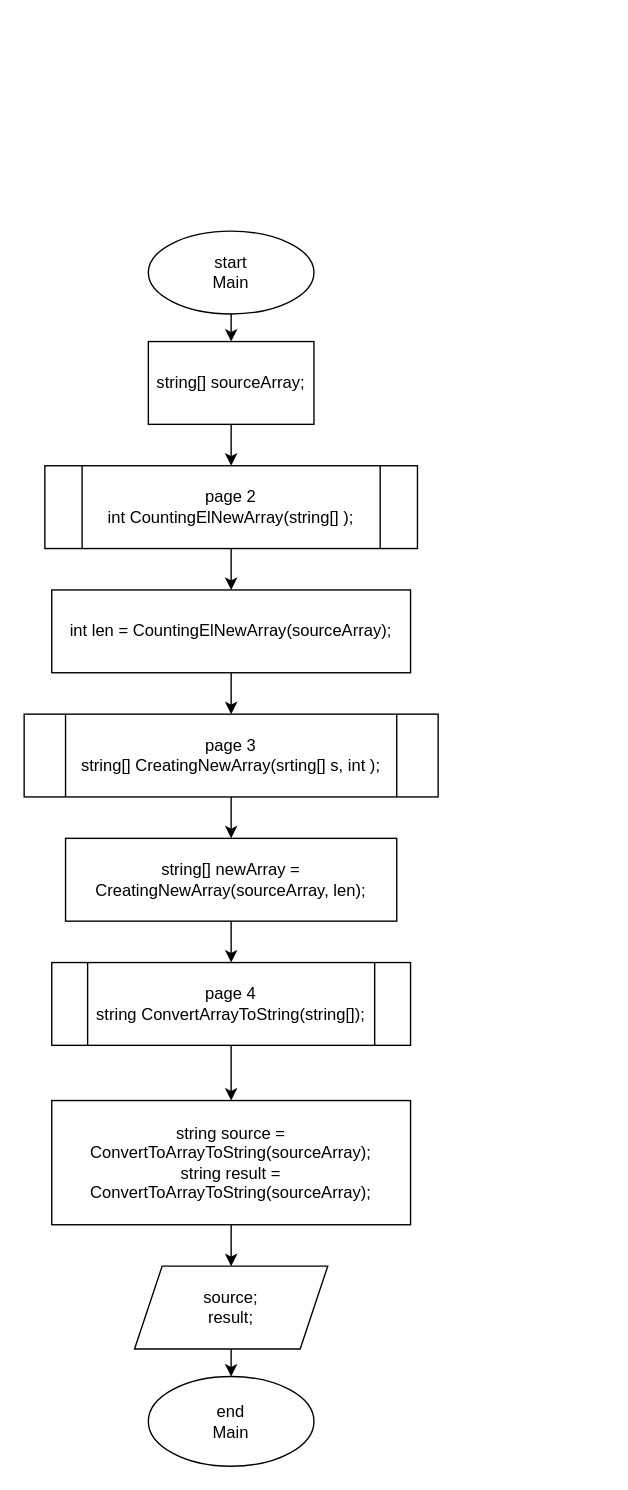
Earlier version of the draw.io diagram page "Страница 1" (1 of 4) of finalVerificationWork/finalVerificationWork.dio (AleksandrKrivoruchko/homework). Source tidied: cells renumbered, new cells numbered last; positions are measured from the earlier drawing's top-left corner, leaving out a move shared by most shapes. Both pictures are drawn from the tidied source at 138%, with x=0, y=0 at pixel (23, 230).
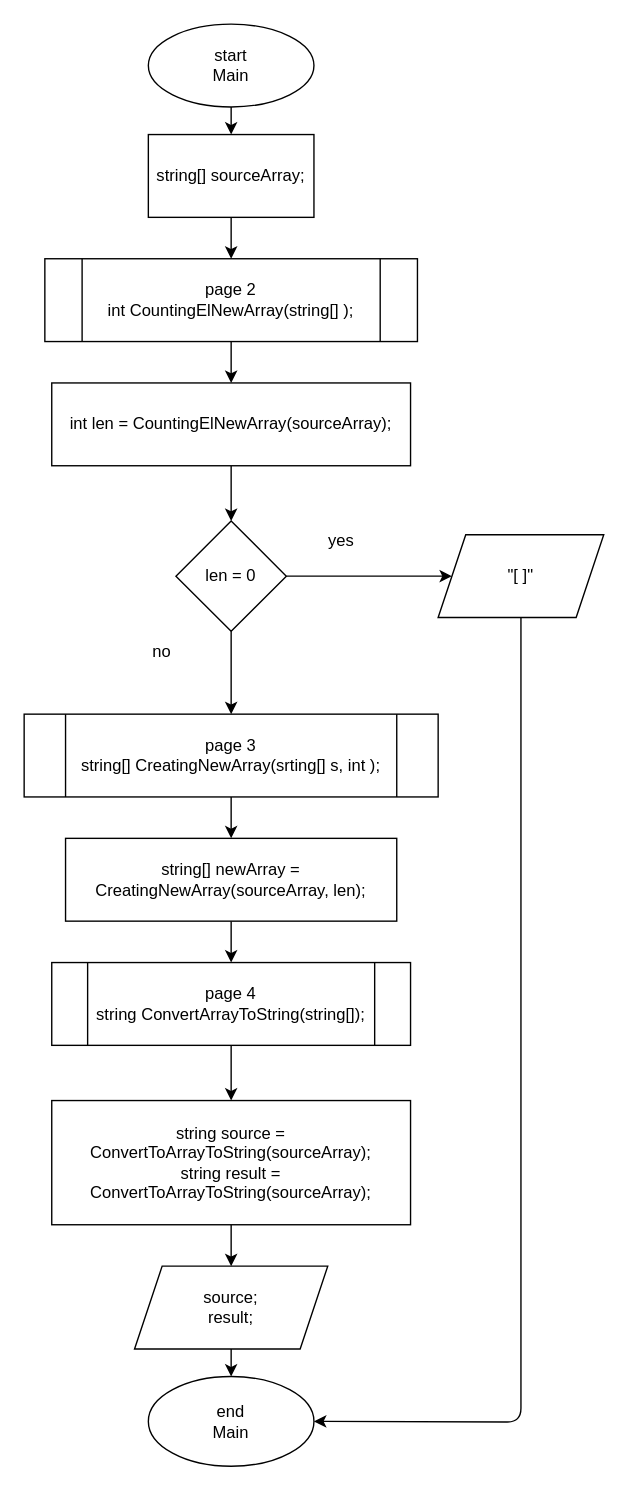
The same diagram, later.

Commit message (it also covers changes not shown here):
Revision of the output program

The change refers to these unchanged cells:
```xml
<mxCell id="9" value="page 3&lt;br&gt;string[] CreatingNewArray(srting[] s, int );" style="shape=process;whiteSpace=wrap;html=1;backgroundOutline=1;" parent="1" vertex="1">
  <mxGeometry y="350" width="300" height="60" as="geometry" />
</mxCell>
<mxCell id="12" value="end&lt;br&gt;Main" style="ellipse;whiteSpace=wrap;html=1;" parent="1" vertex="1">
  <mxGeometry x="90" y="830" width="120" height="65" as="geometry" />
</mxCell>
```

Change to the diagram source:
```diff
@@
     <mxCell id="3" value="start&lt;br&gt;Main" style="ellipse;whiteSpace=wrap;html=1;" parent="1" vertex="1">
-      <mxGeometry x="90" width="120" height="60" as="geometry" />
+      <mxGeometry x="90" y="-150" width="120" height="60" as="geometry" />
     </mxCell>
@@
     <mxCell id="5" value="string[] sourceArray;" style="rounded=0;whiteSpace=wrap;html=1;" parent="1" vertex="1">
-      <mxGeometry x="90" y="80" width="120" height="60" as="geometry" />
+      <mxGeometry x="90" y="-70" width="120" height="60" as="geometry" />
     </mxCell>
@@
     <mxCell id="7" value="page 2&lt;br&gt;int CountingElNewArray(string[] );" style="shape=process;whiteSpace=wrap;html=1;backgroundOutline=1;" parent="1" vertex="1">
-      <mxGeometry x="15" y="170" width="270" height="60" as="geometry" />
+      <mxGeometry x="15" y="20" width="270" height="60" as="geometry" />
     </mxCell>
@@
-    <mxCell id="13" style="edgeStyle=none;html=1;entryX=0.5;entryY=0;entryDx=0;entryDy=0;" parent="1" edge="1" source="14" target="9">
-      <mxGeometry relative="1" as="geometry" />
-    </mxCell>
+    <mxCell id="21" style="edgeStyle=none;html=1;entryX=0.5;entryY=0;entryDx=0;entryDy=0;" parent="1" edge="1" source="14" target="24">
+      <mxGeometry relative="1" as="geometry" />
+    </mxCell>
     <mxCell id="14" value="int len = CountingElNewArray(sourceArray);" style="rounded=0;whiteSpace=wrap;html=1;" parent="1" vertex="1">
-      <mxGeometry x="20" y="260" width="260" height="60" as="geometry" />
+      <mxGeometry x="20" y="110" width="260" height="60" as="geometry" />
     </mxCell>
@@
+    <mxCell id="22" style="edgeStyle=none;html=1;exitX=1;exitY=0.5;exitDx=0;exitDy=0;entryX=0;entryY=0.5;entryDx=0;entryDy=0;" parent="1" edge="1" source="24" target="26">
+      <mxGeometry relative="1" as="geometry" />
+    </mxCell>
+    <mxCell id="23" style="edgeStyle=none;html=1;entryX=0.5;entryY=0;entryDx=0;entryDy=0;" parent="1" edge="1" source="24" target="9">
+      <mxGeometry relative="1" as="geometry" />
+    </mxCell>
+    <mxCell id="24" value="len = 0" style="rhombus;whiteSpace=wrap;html=1;" parent="1" vertex="1">
+      <mxGeometry x="110" y="210" width="80" height="80" as="geometry" />
+    </mxCell>
+    <mxCell id="25" style="edgeStyle=none;html=1;entryX=1;entryY=0.5;entryDx=0;entryDy=0;" parent="1" edge="1" source="26" target="12">
+      <mxGeometry relative="1" as="geometry">
+        <Array as="points">
+          <mxPoint x="360" y="600" />
+          <mxPoint x="360" y="863" />
+        </Array>
+      </mxGeometry>
+    </mxCell>
+    <mxCell id="26" value="&quot;[ ]&quot;" style="shape=parallelogram;perimeter=parallelogramPerimeter;whiteSpace=wrap;html=1;fixedSize=1;" parent="1" vertex="1">
+      <mxGeometry x="300" y="220" width="120" height="60" as="geometry" />
+    </mxCell>
+    <mxCell id="27" value="yes" style="text;html=1;strokeColor=none;fillColor=none;align=center;verticalAlign=middle;whiteSpace=wrap;rounded=0;" parent="1" vertex="1">
+      <mxGeometry x="200" y="210" width="60" height="30" as="geometry" />
+    </mxCell>
+    <mxCell id="28" value="no" style="text;html=1;strokeColor=none;fillColor=none;align=center;verticalAlign=middle;whiteSpace=wrap;rounded=0;" parent="1" vertex="1">
+      <mxGeometry x="70" y="290" width="60" height="30" as="geometry" />
+    </mxCell>
```
